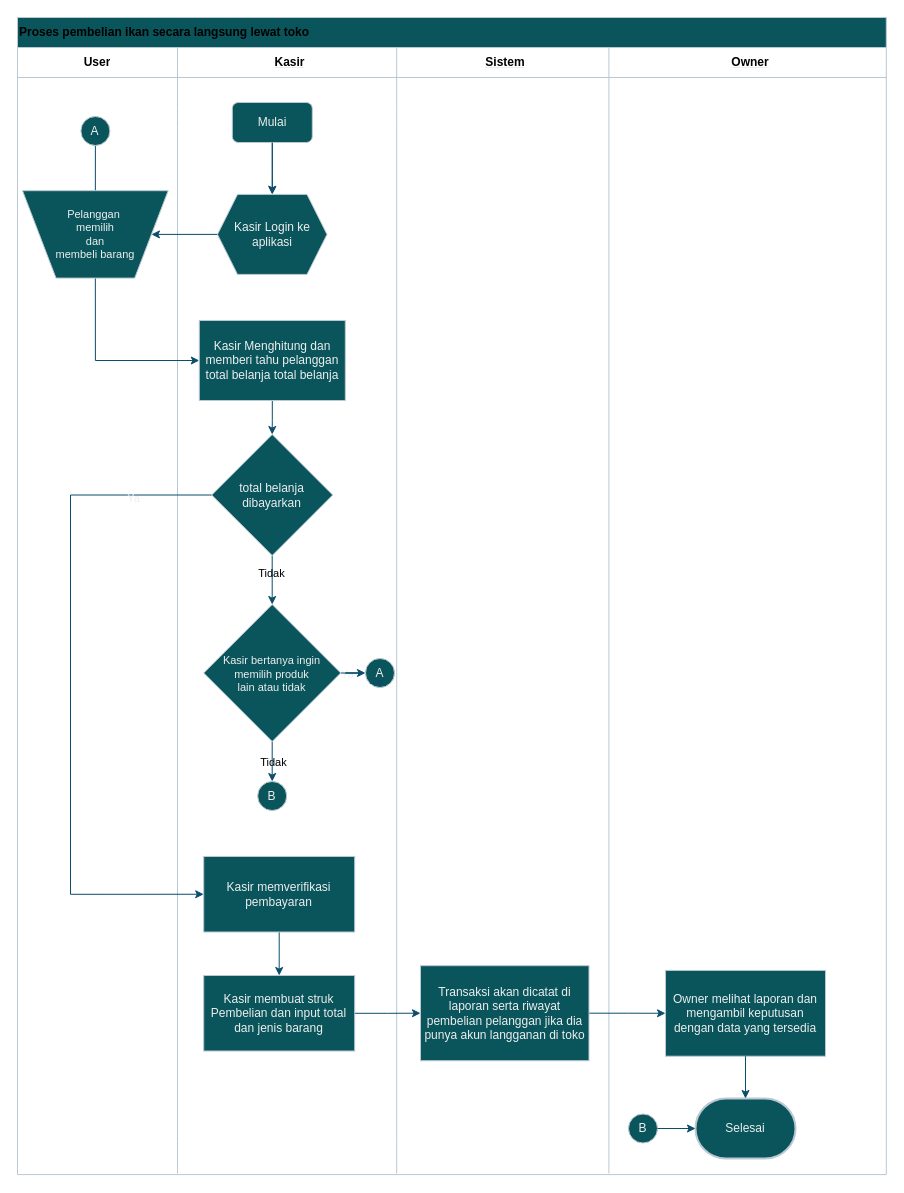
Earlier version of the draw.io diagram ikan langsung .drawio (shinoaaa/drawio). Source tidied: cells renumbered, new cells numbered last; positions are measured from the earlier drawing's top-left corner, leaving out a move shared by most shapes. Both pictures are drawn from the tidied source at 100%, with x=0, y=0 at pixel (17, 17).
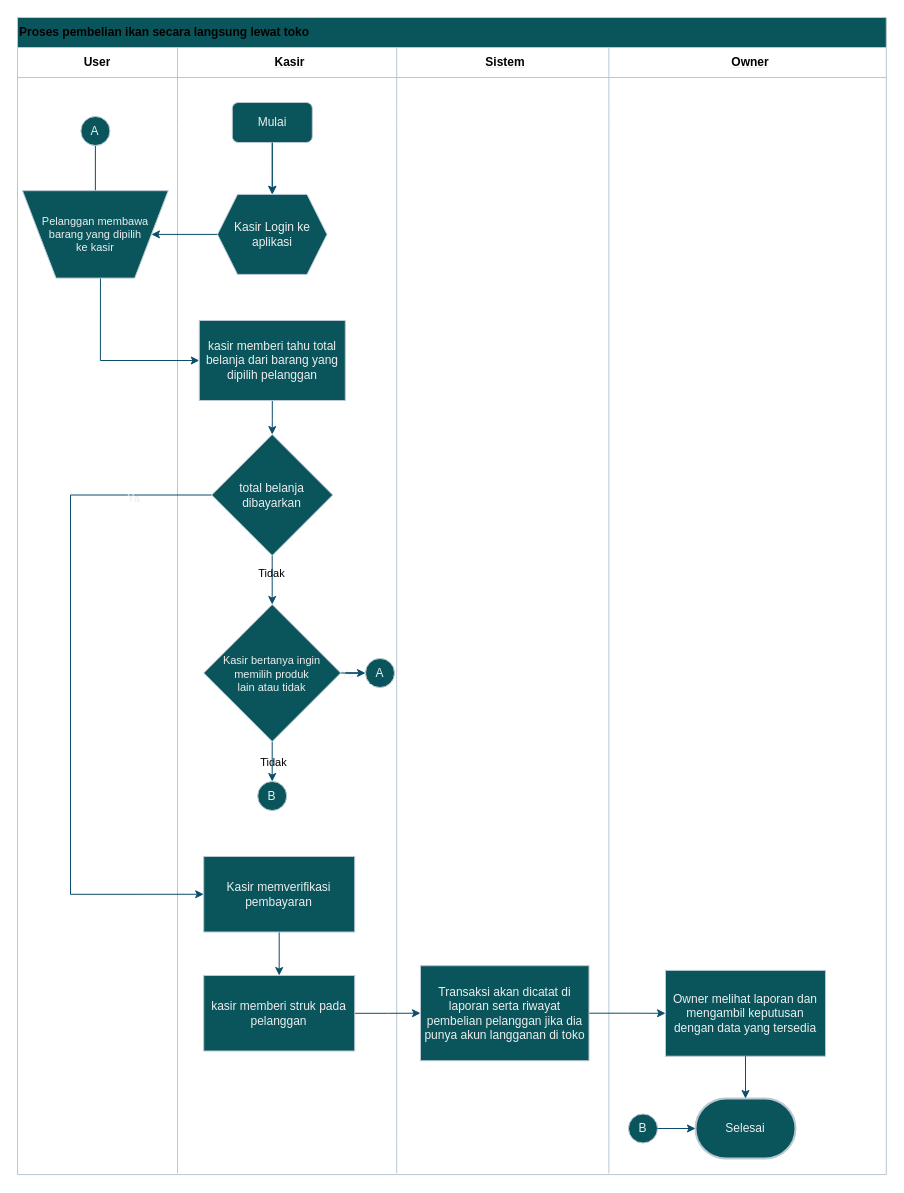
The same diagram, later.

Diff of the diagram source:
```diff
@@
-    <mxCell id="34" style="edgeStyle=orthogonalEdgeStyle;rounded=0;jettySize=auto;html=1;entryX=0;entryY=0.5;entryDx=0;entryDy=0;strokeColor=#0B4D6A;labelBackgroundColor=none;fontColor=default;exitX=0.5;exitY=1;exitDx=0;exitDy=0;" parent="1" edge="1" source="56" target="36">
-      <mxGeometry relative="1" as="geometry" />
+    <mxCell id="34" style="edgeStyle=orthogonalEdgeStyle;rounded=0;jettySize=auto;html=1;entryX=0;entryY=0.5;entryDx=0;entryDy=0;strokeColor=#0B4D6A;labelBackgroundColor=none;fontColor=default;exitX=0.535;exitY=0.039;exitDx=0;exitDy=0;exitPerimeter=0;" parent="1" edge="1" source="56" target="36">
+      <mxGeometry relative="1" as="geometry">
+        <Array as="points">
+          <mxPoint x="83" y="343" />
+        </Array>
+      </mxGeometry>
     </mxCell>
@@
-    <mxCell id="36" value="Kasir Menghitung dan memberi tahu pelanggan total belanja total belanja" style="rounded=0;whiteSpace=wrap;html=1;strokeColor=#BAC8D3;fontColor=#EEEEEE;fillColor=#09555B;labelBackgroundColor=none;" parent="1" vertex="1">
+    <mxCell id="36" value="kasir memberi tahu total belanja dari barang yang dipilih pelanggan" style="rounded=0;whiteSpace=wrap;html=1;strokeColor=#BAC8D3;fontColor=#EEEEEE;fillColor=#09555B;labelBackgroundColor=none;" parent="1" vertex="1">
       <mxGeometry x="181.8" y="303" width="146" height="80" as="geometry" />
     </mxCell>
@@
-    <mxCell id="49" value="Kasir membuat struk Pembelian dan input total dan jenis barang" style="rounded=0;whiteSpace=wrap;html=1;strokeColor=#BAC8D3;fontColor=#EEEEEE;fillColor=#09555B;labelBackgroundColor=none;" parent="1" vertex="1">
+    <mxCell id="49" value="kasir memberi struk pada pelanggan" style="rounded=0;whiteSpace=wrap;html=1;strokeColor=#BAC8D3;fontColor=#EEEEEE;fillColor=#09555B;labelBackgroundColor=none;" parent="1" vertex="1">
       <mxGeometry x="186.2" y="958" width="151" height="75.5" as="geometry" />
     </mxCell>
@@
-    <mxCell id="56" value="Pelanggan&amp;nbsp;&lt;div&gt;memilih&lt;/div&gt;&lt;div&gt;dan&lt;/div&gt;&lt;div&gt;membeli barang&lt;/div&gt;" style="verticalLabelPosition=middle;verticalAlign=middle;html=1;shape=trapezoid;perimeter=trapezoidPerimeter;whiteSpace=wrap;size=0.23;arcSize=10;flipV=1;labelPosition=center;align=center;labelBackgroundColor=none;fillColor=#09555B;strokeColor=#BAC8D3;fontColor=#EEEEEE;fontSize=11;" parent="1" vertex="1">
+    <mxCell id="56" value="Pelanggan membawa&lt;div&gt;barang yang dipilih&lt;/div&gt;&lt;div&gt;ke kasir&lt;/div&gt;" style="verticalLabelPosition=middle;verticalAlign=middle;html=1;shape=trapezoid;perimeter=trapezoidPerimeter;whiteSpace=wrap;size=0.23;arcSize=10;flipV=1;labelPosition=center;align=center;labelBackgroundColor=none;fillColor=#09555B;strokeColor=#BAC8D3;fontColor=#EEEEEE;fontSize=11;" parent="1" vertex="1">
       <mxGeometry x="5" y="173.2" width="145.7" height="87.4" as="geometry" />
     </mxCell>
```
